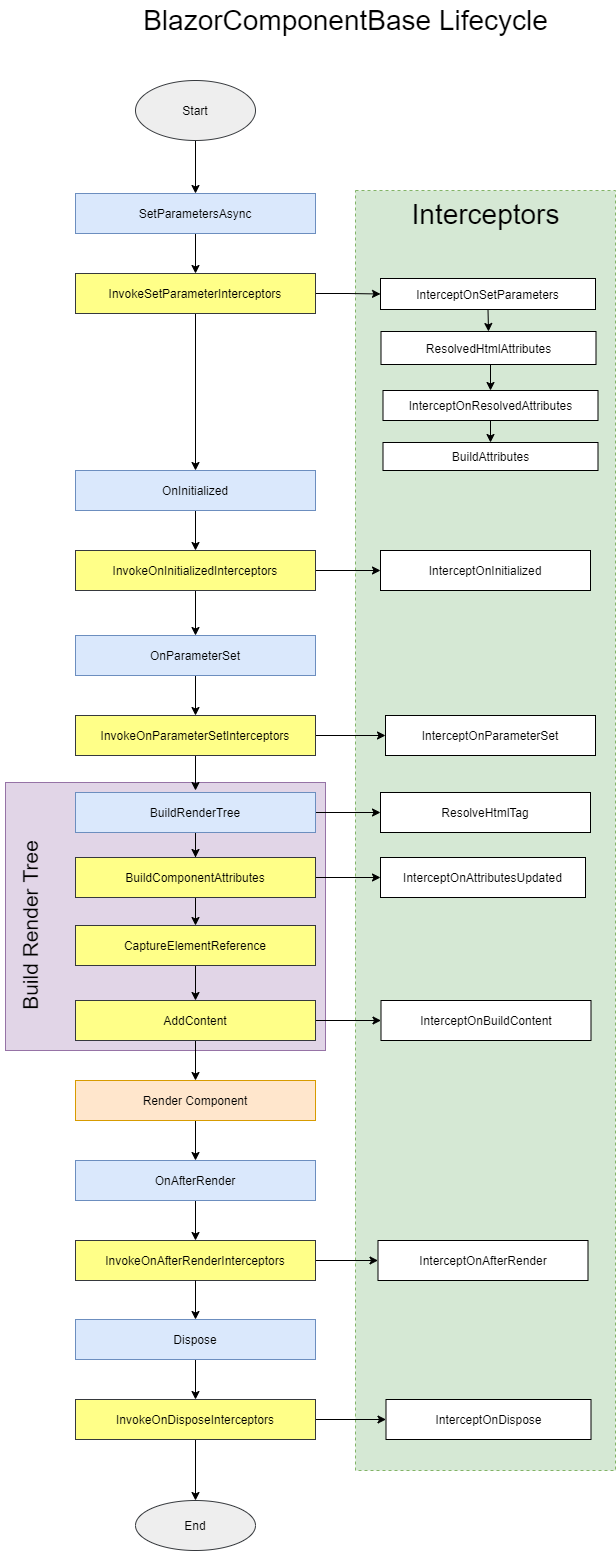
This is asset/BlazorComponentBaseLifecycle.png from teacher-zhou/ComponentBuilder, a draw.io export, as it was before one commit. Source tidied: cells renumbered, new cells last; positions are measured from the earlier drawing's top-left corner, leaving out a move shared by most shapes.
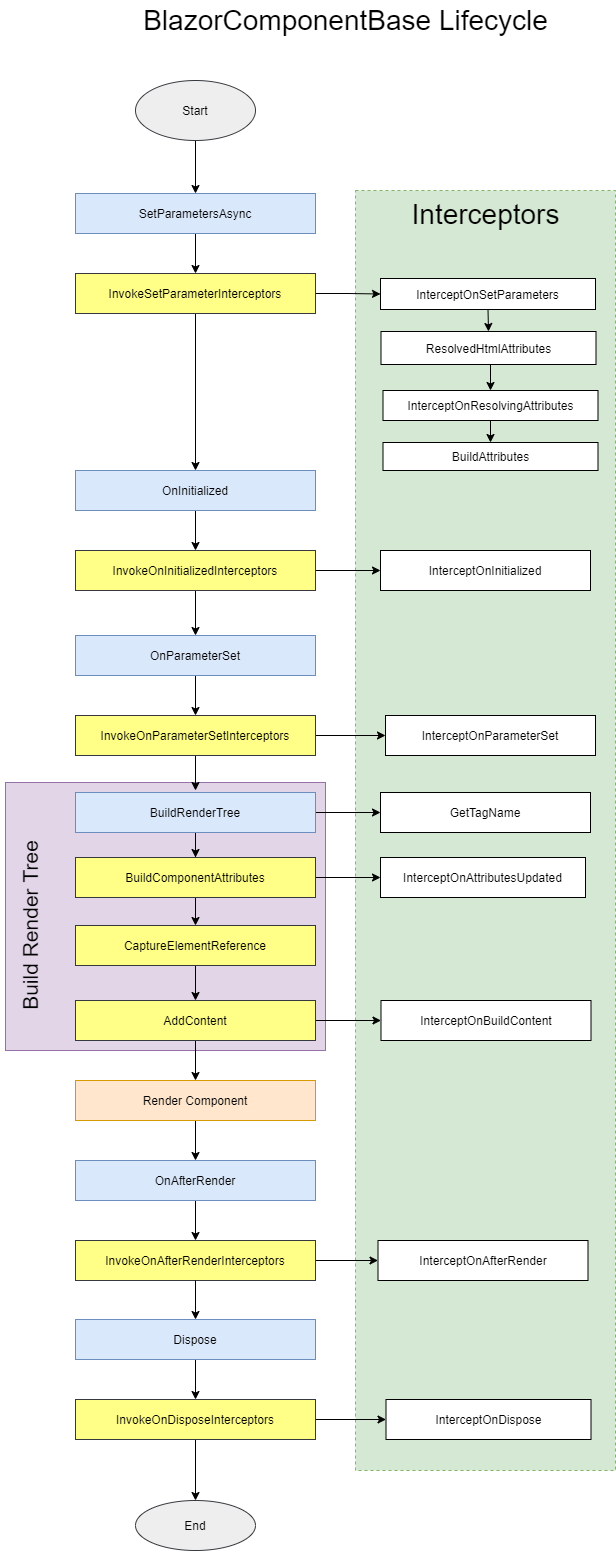
Later version of the same file.

Diff of the diagram source:
```diff
@@ -97,7 +97,7 @@
     <mxCell id="32" value="InterceptOnBuildContent" style="whiteSpace=wrap;html=1;" parent="1" vertex="1">
       <mxGeometry x="450.5" y="1000" width="210" height="40" as="geometry" />
     </mxCell>
-    <mxCell id="33" value="ResolveHtmlTag" style="whiteSpace=wrap;html=1;" parent="1" vertex="1">
+    <mxCell id="33" value="GetTagName" style="whiteSpace=wrap;html=1;" parent="1" vertex="1">
       <mxGeometry x="450" y="792" width="210" height="40" as="geometry" />
     </mxCell>
     <mxCell id="34" style="edgeStyle=orthogonalEdgeStyle;rounded=0;jettySize=auto;html=1;" parent="1" edge="1" source="35" target="37">
@@ -169,7 +169,7 @@
     <mxCell id="56" style="edgeStyle=orthogonalEdgeStyle;rounded=0;jettySize=auto;html=1;exitX=0.5;exitY=1;exitDx=0;exitDy=0;entryX=0.5;entryY=0;entryDx=0;entryDy=0;" parent="1" edge="1" source="57" target="58">
       <mxGeometry relative="1" as="geometry" />
     </mxCell>
-    <mxCell id="57" value="InterceptOnResolvedAttributes" style="whiteSpace=wrap;html=1;" parent="1" vertex="1">
+    <mxCell id="57" value="InterceptOnResolvingAttributes" style="whiteSpace=wrap;html=1;" parent="1" vertex="1">
       <mxGeometry x="452.5" y="390" width="215" height="30" as="geometry" />
     </mxCell>
     <mxCell id="58" value="BuildAttributes" style="whiteSpace=wrap;html=1;" parent="1" vertex="1">
```
